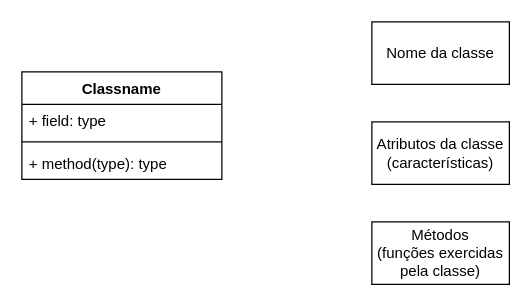
Above: diagramas de classe.drawio in Zaibam/Desenvolvimento-De-Sistemas-1 (draw.io), before the change. Source tidied: cells renumbered, new cells numbered last; positions are measured from the earlier drawing's top-left corner, leaving out a move shared by most shapes. Both pictures are drawn from the tidied source at 125%, with x=0, y=0 at pixel (21, 21).
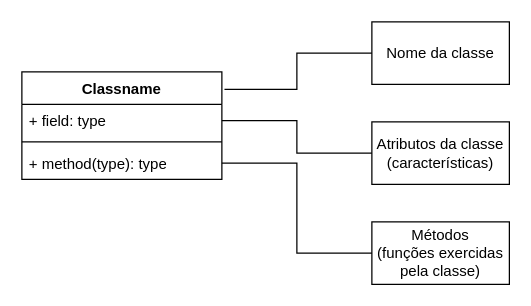
The same diagram, later.

Commit message:
Actualizar diagramas de classe.png

The edit, as a diff of the source:
```diff
@@
 <mxGraphModel>
   <root>
     <mxCell id="0" />
     <mxCell id="1" parent="0" />
     <mxCell id="2" value="Classname" style="swimlane;fontStyle=1;align=center;verticalAlign=top;horizontal=1;startSize=26;whiteSpace=wrap;html=1;" parent="1" vertex="1">
       <mxGeometry y="40" width="160" height="86" as="geometry" />
     </mxCell>
     <mxCell id="3" value="+ field: type" style="text;strokeColor=none;fillColor=none;align=left;verticalAlign=top;spacingLeft=4;spacingRight=4;overflow=hidden;points=[[0,0.5],[1,0.5]];portConstraint=eastwest;whiteSpace=wrap;html=1;" parent="2" vertex="1">
       <mxGeometry y="26" width="160" height="26" as="geometry" />
     </mxCell>
     <mxCell id="4" style="line;strokeWidth=1;fillColor=none;align=left;verticalAlign=middle;spacingTop=-1;spacingLeft=3;spacingRight=3;labelPosition=right;strokeColor=inherit;" parent="2" vertex="1">
       <mxGeometry y="52" width="160" height="8" as="geometry" />
     </mxCell>
     <mxCell id="5" value="+ method(type): type" style="text;strokeColor=none;fillColor=none;align=left;verticalAlign=top;spacingLeft=4;spacingRight=4;overflow=hidden;points=[[0,0.5],[1,0.5]];portConstraint=eastwest;whiteSpace=wrap;html=1;" parent="2" vertex="1">
       <mxGeometry y="60" width="160" height="26" as="geometry" />
     </mxCell>
     <mxCell id="6" value="Nome da classe" style="html=1;whiteSpace=wrap;" parent="1" vertex="1">
       <mxGeometry x="280" width="110" height="50" as="geometry" />
     </mxCell>
     <mxCell id="7" value="Atributos da classe&lt;div&gt;(características)&lt;/div&gt;" style="html=1;whiteSpace=wrap;" parent="1" vertex="1">
       <mxGeometry x="280" y="80" width="110" height="50" as="geometry" />
     </mxCell>
     <mxCell id="8" value="Métodos&lt;br&gt;(funções exercidas pela classe)" style="html=1;whiteSpace=wrap;" parent="1" vertex="1">
       <mxGeometry x="280" y="160" width="110" height="50" as="geometry" />
     </mxCell>
+    <mxCell id="9" style="edgeStyle=orthogonalEdgeStyle;rounded=0;jettySize=auto;html=1;exitX=1;exitY=0.5;exitDx=0;exitDy=0;entryX=0;entryY=0.5;entryDx=0;entryDy=0;endArrow=none;endFill=0;" parent="1" edge="1" source="5" target="8">
+      <mxGeometry relative="1" as="geometry" />
+    </mxCell>
+    <mxCell id="10" style="edgeStyle=orthogonalEdgeStyle;rounded=0;jettySize=auto;html=1;exitX=1;exitY=0.5;exitDx=0;exitDy=0;endArrow=none;endFill=0;" parent="1" edge="1" source="3" target="7">
+      <mxGeometry relative="1" as="geometry" />
+    </mxCell>
+    <mxCell id="11" style="edgeStyle=orthogonalEdgeStyle;rounded=0;jettySize=auto;html=1;exitX=0;exitY=0.5;exitDx=0;exitDy=0;entryX=1.013;entryY=0.163;entryDx=0;entryDy=0;entryPerimeter=0;endArrow=none;endFill=0;" parent="1" edge="1" source="6" target="2">
+      <mxGeometry relative="1" as="geometry" />
+    </mxCell>
   </root>
 </mxGraphModel>
```
